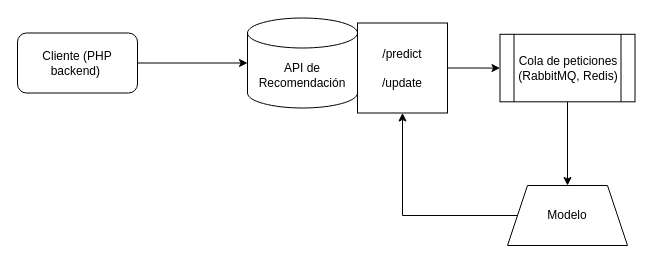
Earlier version of the draw.io diagram workflow.drawio (Hacksimo/Recommender). Source tidied: cells renumbered, new cells numbered last; positions are measured from the earlier drawing's top-left corner, leaving out a move shared by most shapes. Both pictures are drawn from the tidied source at 100%, with x=0, y=0 at pixel (17, 17).
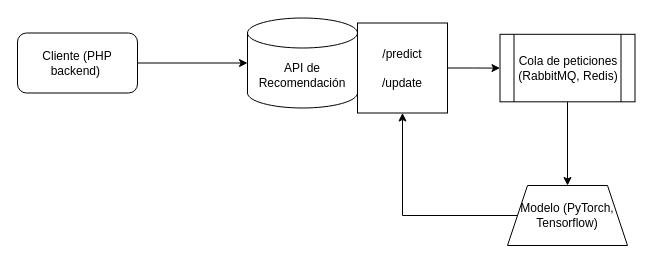
Above is the later version.

What changed in the source:
```diff
@@
 <mxGraphModel>
   <root>
     <mxCell id="0" />
     <mxCell id="1" parent="0" />
     <mxCell id="2" value="Cliente (PHP backend)&amp;nbsp;" style="rounded=1;whiteSpace=wrap;html=1;" parent="1" vertex="1">
       <mxGeometry y="15.5" width="120" height="60" as="geometry" />
     </mxCell>
     <mxCell id="3" value="API de Recomendación" style="shape=cylinder3;whiteSpace=wrap;html=1;boundedLbl=1;backgroundOutline=1;size=15;" parent="1" vertex="1">
       <mxGeometry x="230" y="0.5" width="110" height="90" as="geometry" />
     </mxCell>
     <mxCell id="4" style="edgeStyle=orthogonalEdgeStyle;rounded=0;jettySize=auto;html=1;" parent="1" edge="1" source="5" target="7">
       <mxGeometry relative="1" as="geometry" />
     </mxCell>
     <mxCell id="5" value="/predict&lt;div&gt;&lt;br&gt;&lt;div&gt;/update&lt;/div&gt;&lt;/div&gt;" style="whiteSpace=wrap;html=1;" parent="1" vertex="1">
       <mxGeometry x="340" y="5.5" width="90" height="90" as="geometry" />
     </mxCell>
     <mxCell id="6" style="edgeStyle=orthogonalEdgeStyle;rounded=0;jettySize=auto;html=1;" parent="1" edge="1" source="7" target="9">
       <mxGeometry relative="1" as="geometry" />
     </mxCell>
     <mxCell id="7" value="Cola de peticiones&lt;div&gt;(RabbitMQ, Redis)&lt;/div&gt;" style="shape=process;whiteSpace=wrap;html=1;backgroundOutline=1;" parent="1" vertex="1">
       <mxGeometry x="482.5" y="16.8" width="135" height="67.5" as="geometry" />
     </mxCell>
     <mxCell id="8" style="edgeStyle=orthogonalEdgeStyle;rounded=0;jettySize=auto;html=1;exitX=0;exitY=0.5;exitDx=0;exitDy=0;entryX=0.5;entryY=1;entryDx=0;entryDy=0;" parent="1" edge="1" source="9" target="5">
       <mxGeometry relative="1" as="geometry" />
     </mxCell>
-    <mxCell id="9" value="Modelo" style="shape=trapezoid;perimeter=trapezoidPerimeter;whiteSpace=wrap;html=1;fixedSize=1;" parent="1" vertex="1">
+    <mxCell id="9" value="Modelo (PyTorch, Tensorflow)" style="shape=trapezoid;perimeter=trapezoidPerimeter;whiteSpace=wrap;html=1;fixedSize=1;" parent="1" vertex="1">
       <mxGeometry x="490" y="168" width="120" height="60" as="geometry" />
     </mxCell>
     <mxCell id="10" style="edgeStyle=orthogonalEdgeStyle;rounded=0;jettySize=auto;html=1;entryX=0;entryY=0.5;entryDx=0;entryDy=0;entryPerimeter=0;" parent="1" edge="1" source="2" target="3">
       <mxGeometry relative="1" as="geometry" />
     </mxCell>
   </root>
 </mxGraphModel>
```
